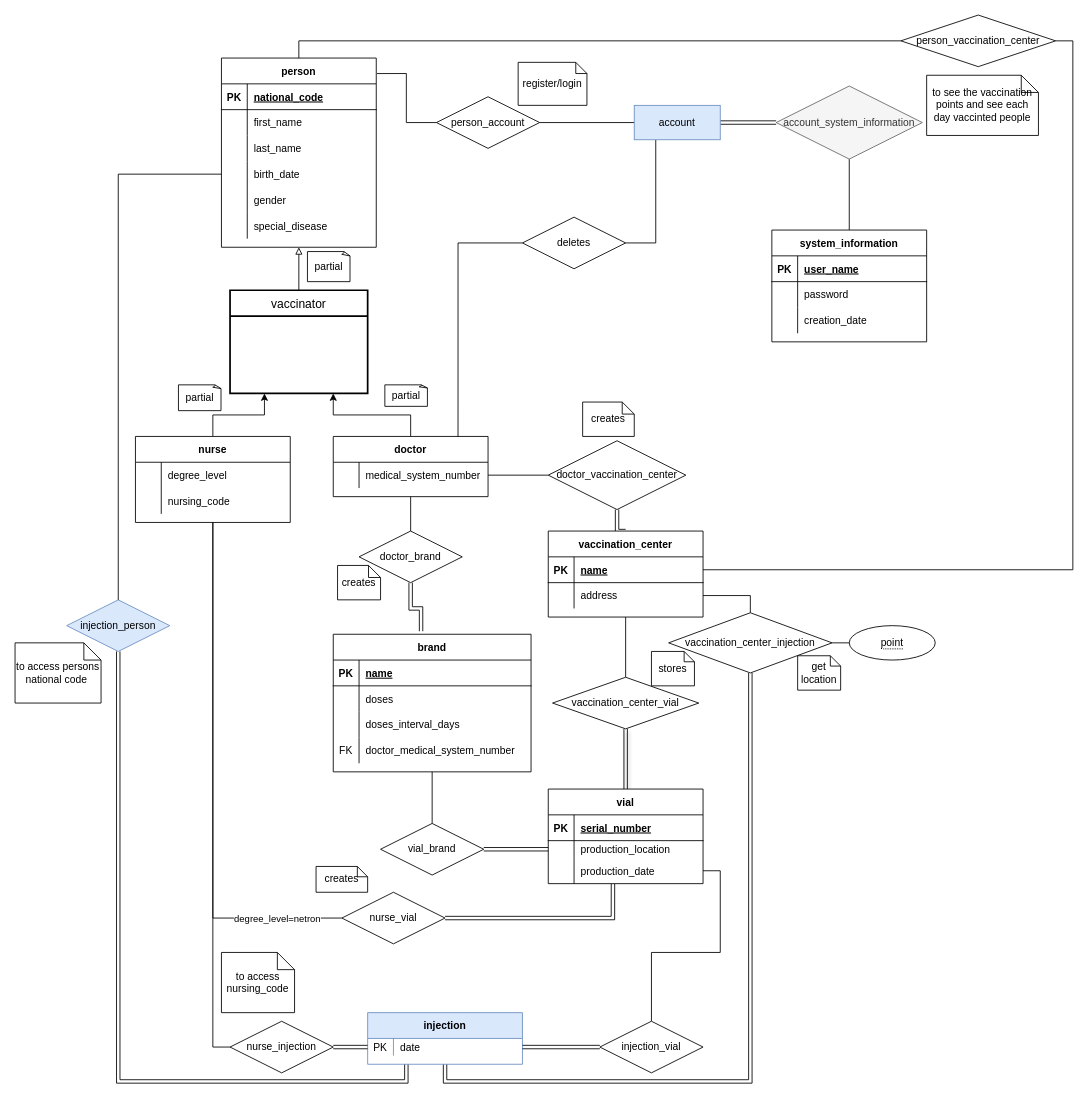
Above: project.drawio in ali-moradzade/db-vaccination-center (draw.io), before the change. Source tidied: cells renumbered, new cells numbered last; positions are measured from the earlier drawing's top-left corner, leaving out a move shared by most shapes. Both pictures are drawn from the tidied source at 86%, with x=0, y=0 at pixel (15, 15).
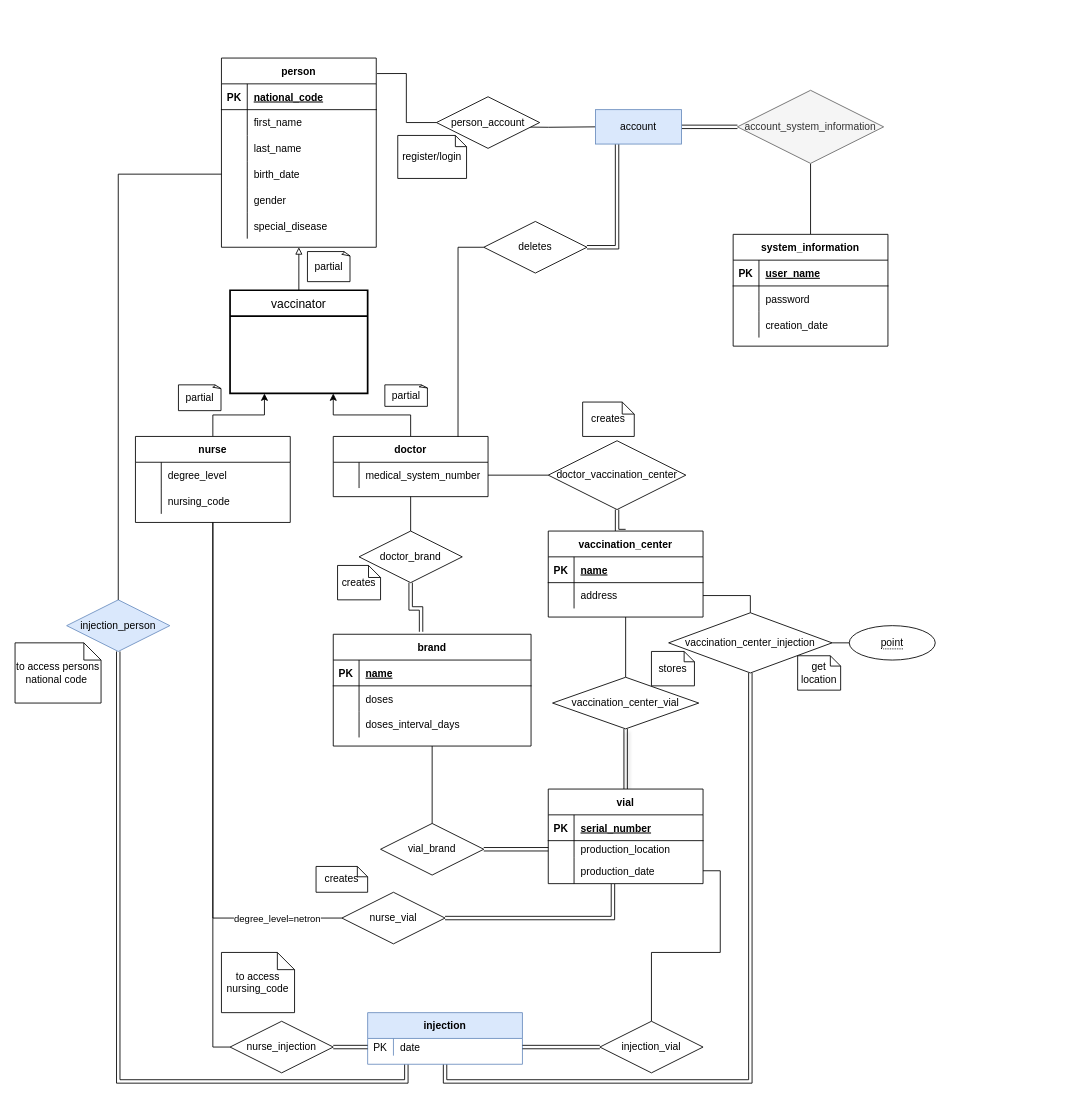
Above is the later version.

Commit message (it also covers changes not shown here):
doing the step 'redundency of schemas', changing some diagrams

Unchanged cells that the change refers to:
```xml
<mxCell id="2" value="person" style="shape=table;startSize=30;childLayout=tableLayout;rowLines=0;fontStyle=1;align=center;" parent="1" vertex="1">
  <mxGeometry x="240" y="50" width="180" height="220" as="geometry" />
</mxCell>
<mxCell id="42" value="person_account" style="shape=rhombus;perimeter=rhombusPerimeter;whiteSpace=wrap;html=1;align=center;" parent="1" vertex="1">
  <mxGeometry x="490" y="95" width="120" height="60" as="geometry" />
</mxCell>
<mxCell id="62" style="shape=tableRow;horizontal=0;startSize=0;swimlaneHead=0;swimlaneBody=0;fillColor=none;points=[[0,0.5],[1,0.5]];portConstraint=eastwest;top=0;left=0;right=0;bottom=1;" parent="61" vertex="1">
  <mxGeometry y="30" width="180" height="30" as="geometry" />
</mxCell>
```

Change to the diagram source:
```diff
@@
-    <mxCell id="41" style="edgeStyle=orthogonalEdgeStyle;rounded=0;jettySize=auto;html=1;exitX=1;exitY=0.5;exitDx=0;exitDy=0;entryX=0;entryY=0.5;entryDx=0;entryDy=0;endArrow=none;endFill=0;" parent="1" edge="1" source="42" target="120">
-      <mxGeometry relative="1" as="geometry" />
+    <mxCell id="41" style="edgeStyle=orthogonalEdgeStyle;rounded=0;jettySize=auto;html=1;exitX=1;exitY=0.5;exitDx=0;exitDy=0;entryX=0;entryY=0.5;entryDx=0;entryDy=0;endArrow=none;endFill=0;" parent="1" edge="1" target="120">
+      <mxGeometry relative="1" as="geometry">
+        <mxPoint x="565" y="130" as="sourcePoint" />
+      </mxGeometry>
     </mxCell>
@@
     <mxCell id="43" value="brand" style="shape=table;startSize=30;childLayout=tableLayout;rowLines=0;fontStyle=1;align=center;" parent="1" vertex="1">
-      <mxGeometry x="370" y="720" width="230" height="160" as="geometry" />
+      <mxGeometry x="370" y="720" width="230" height="130" as="geometry" />
     </mxCell>
@@
-    <mxCell id="53" style="shape=tableRow;horizontal=0;startSize=0;swimlaneHead=0;swimlaneBody=0;fillColor=none;top=0;left=0;right=0;bottom=0;" parent="43" vertex="1">
-      <mxGeometry y="120" width="230" height="30" as="geometry" />
-    </mxCell>
-    <mxCell id="54" value="FK" style="shape=partialRectangle;fillColor=none;top=0;left=0;bottom=0;right=0;overflow=hidden;" parent="53" vertex="1">
-      <mxGeometry width="30" height="30" as="geometry" />
-    </mxCell>
-    <mxCell id="55" value="doctor_medical_system_number" style="shape=partialRectangle;fillColor=none;top=0;left=0;bottom=0;right=0;align=left;spacingLeft=6;overflow=hidden;" parent="53" vertex="1">
-      <mxGeometry x="30" width="200" height="30" as="geometry" />
-    </mxCell>
@@
     <mxCell id="71" value="system_information" style="shape=table;startSize=30;childLayout=tableLayout;rowLines=0;fontStyle=1;align=center;" parent="1" vertex="1">
-      <mxGeometry x="880" y="250" width="180" height="130" as="geometry" />
+      <mxGeometry x="835" y="255" width="180" height="130" as="geometry" />
     </mxCell>
@@
     <mxCell id="82" value="deletes" style="shape=rhombus;perimeter=rhombusPerimeter;whiteSpace=wrap;html=1;align=center;" parent="1" vertex="1">
-      <mxGeometry x="590" y="235" width="120" height="60" as="geometry" />
+      <mxGeometry x="545" y="240" width="120" height="60" as="geometry" />
     </mxCell>
@@
     <mxCell id="84" value="account_system_information" style="shape=rhombus;perimeter=rhombusPerimeter;whiteSpace=wrap;html=1;align=center;fillColor=#f5f5f5;fontColor=#333333;strokeColor=#666666;" parent="1" vertex="1">
-      <mxGeometry x="885" y="82.5" width="170" height="85" as="geometry" />
+      <mxGeometry x="840" y="87.5" width="170" height="85" as="geometry" />
     </mxCell>
@@
-    <mxCell id="119" style="edgeStyle=orthogonalEdgeStyle;rounded=0;jettySize=auto;html=1;exitX=0.25;exitY=1;exitDx=0;exitDy=0;entryX=1;entryY=0.5;entryDx=0;entryDy=0;endArrow=none;endFill=0;" parent="1" edge="1" source="120" target="82">
+    <mxCell id="119" style="edgeStyle=orthogonalEdgeStyle;rounded=0;jettySize=auto;html=1;exitX=0.25;exitY=1;exitDx=0;exitDy=0;entryX=1;entryY=0.5;entryDx=0;entryDy=0;endArrow=none;endFill=0;shape=link;" parent="1" edge="1" source="120" target="82">
       <mxGeometry relative="1" as="geometry" />
     </mxCell>
     <mxCell id="120" value="account" style="whiteSpace=wrap;html=1;align=center;fillColor=#dae8fc;strokeColor=#6c8ebf;" parent="1" vertex="1">
-      <mxGeometry x="720" y="105" width="100" height="40" as="geometry" />
+      <mxGeometry x="675" y="110" width="100" height="40" as="geometry" />
     </mxCell>
@@
-    <mxCell id="123" style="edgeStyle=orthogonalEdgeStyle;rounded=0;jettySize=auto;html=1;exitX=0;exitY=0.5;exitDx=0;exitDy=0;entryX=0.5;entryY=0;entryDx=0;entryDy=0;endArrow=none;endFill=0;" parent="1" edge="1" source="125" target="2">
-      <mxGeometry relative="1" as="geometry" />
-    </mxCell>
-    <mxCell id="124" style="edgeStyle=orthogonalEdgeStyle;rounded=0;jettySize=auto;html=1;exitX=1;exitY=0.5;exitDx=0;exitDy=0;entryX=1;entryY=0.5;entryDx=0;entryDy=0;endArrow=none;endFill=0;" parent="1" edge="1" source="125" target="62">
-      <mxGeometry relative="1" as="geometry" />
-    </mxCell>
-    <mxCell id="125" value="person_vaccination_center" style="shape=rhombus;perimeter=rhombusPerimeter;whiteSpace=wrap;html=1;align=center;" parent="1" vertex="1">
-      <mxGeometry x="1030" width="180" height="60" as="geometry" />
-    </mxCell>
-    <mxCell id="126" value="to see the vaccination points and see each day vaccinted people" style="shape=note;size=20;whiteSpace=wrap;html=1;" parent="1" vertex="1">
-      <mxGeometry x="1060" y="70" width="130" height="70" as="geometry" />
-    </mxCell>
@@
     <mxCell id="131" value="register/login" style="shape=note;size=13;whiteSpace=wrap;html=1;" parent="1" vertex="1">
-      <mxGeometry x="585" y="55" width="80" height="50" as="geometry" />
+      <mxGeometry x="445" y="140" width="80" height="50" as="geometry" />
     </mxCell>
```
